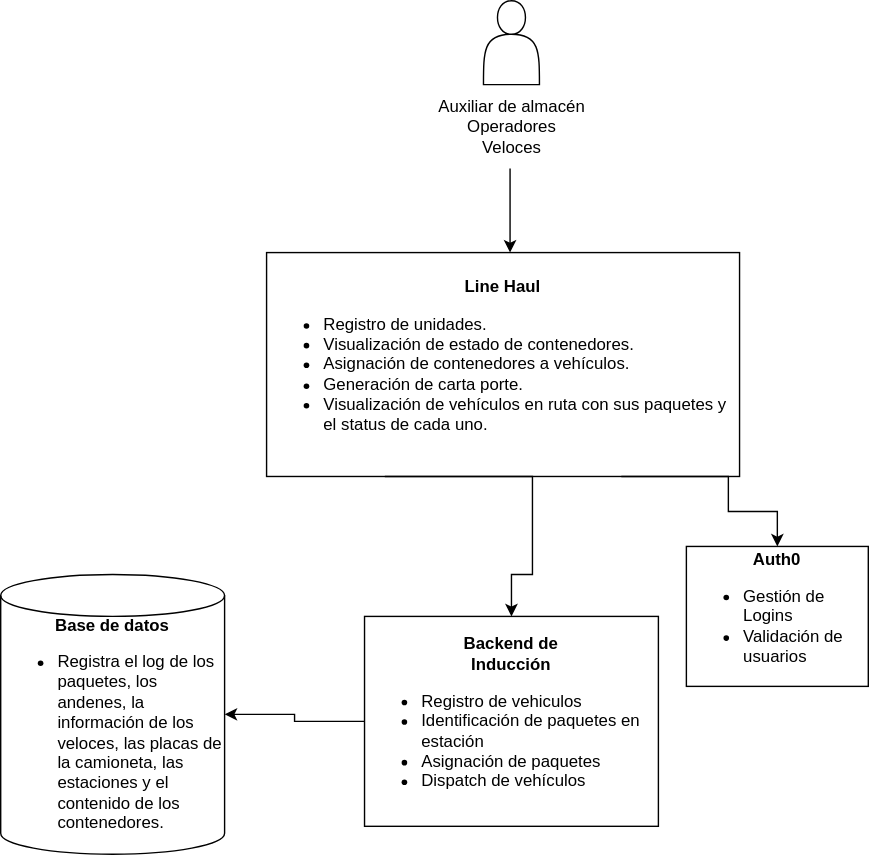
This is Diagrama C2 Line Haul.svg from dani99m/Diagramas, a draw.io export, as it was before one commit. Source tidied: cells renumbered, new cells last; positions are measured from the earlier drawing's top-left corner, leaving out a move shared by most shapes.
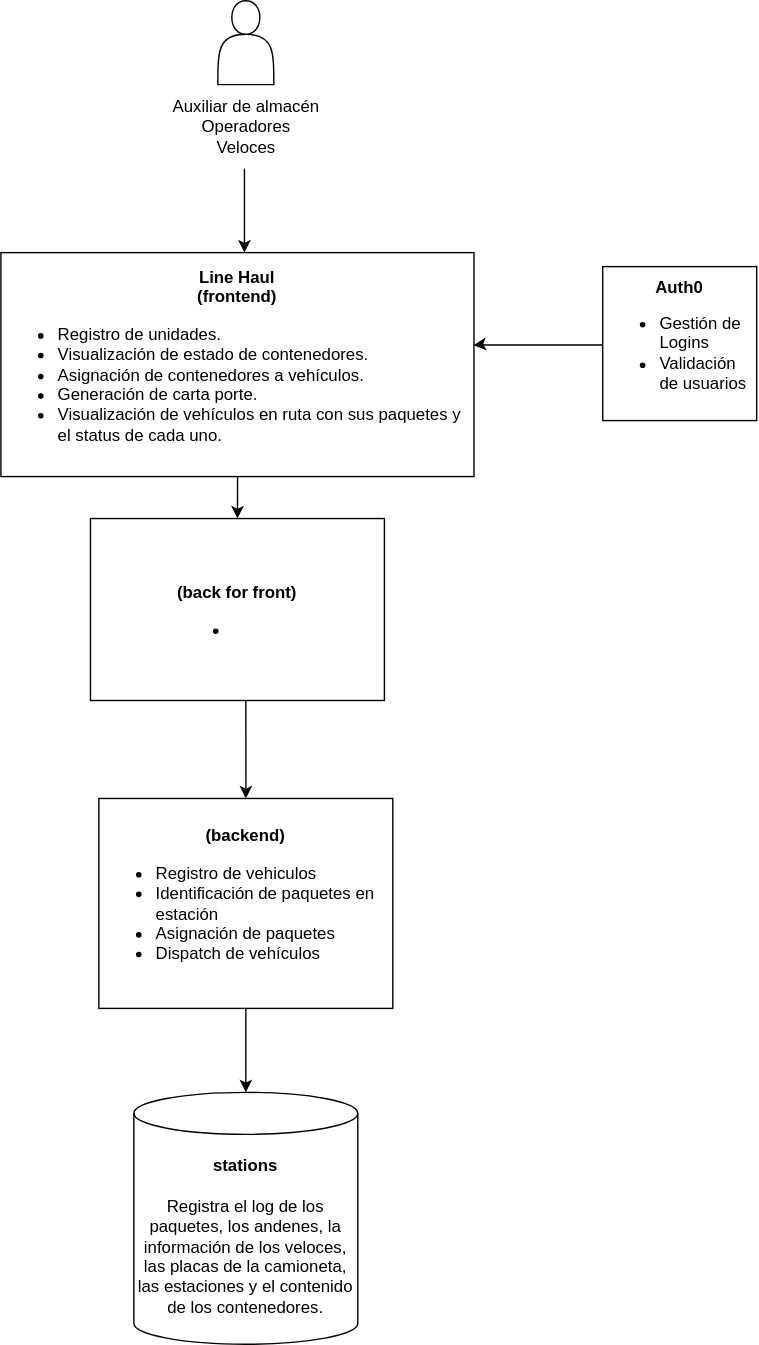
The same file after the commit.

The edit, as a diff of the source:
```diff
@@ -17,45 +17,53 @@
         </Array>
       </mxGeometry>
     </mxCell>
+    <mxCell id="13" style="edgeStyle=orthogonalEdgeStyle;rounded=0;jettySize=auto;html=1;entryX=0.5;entryY=0;entryDx=0;entryDy=0;" parent="1" edge="1" source="5" target="14">
+      <mxGeometry relative="1" as="geometry" />
+    </mxCell>
-    <mxCell id="5" value="&lt;b style=&quot;background-color: initial;&quot;&gt;Line Haul&lt;br&gt;&lt;/b&gt;&lt;ul&gt;&lt;li style=&quot;text-align: left;&quot;&gt;Registro de unidades.&lt;/li&gt;&lt;li style=&quot;text-align: left;&quot;&gt;Visualización de estado de contenedores.&lt;/li&gt;&lt;li style=&quot;text-align: left;&quot;&gt;Asignación de contenedores a vehículos.&lt;/li&gt;&lt;li style=&quot;text-align: left;&quot;&gt;Generación de carta porte.&lt;/li&gt;&lt;li style=&quot;text-align: left;&quot;&gt;Visualización de vehículos en ruta con sus paquetes y el status de cada uno.&lt;/li&gt;&lt;/ul&gt;" style="rounded=0;whiteSpace=wrap;html=1;" parent="1" vertex="1">
+    <mxCell id="5" value="&lt;b style=&quot;background-color: initial;&quot;&gt;Line Haul&lt;br&gt;(frontend)&lt;br&gt;&lt;/b&gt;&lt;ul&gt;&lt;li style=&quot;text-align: left;&quot;&gt;Registro de unidades.&lt;/li&gt;&lt;li style=&quot;text-align: left;&quot;&gt;Visualización de estado de contenedores.&lt;/li&gt;&lt;li style=&quot;text-align: left;&quot;&gt;Asignación de contenedores a vehículos.&lt;/li&gt;&lt;li style=&quot;text-align: left;&quot;&gt;Generación de carta porte.&lt;/li&gt;&lt;li style=&quot;text-align: left;&quot;&gt;Visualización de vehículos en ruta con sus paquetes y el status de cada uno.&lt;/li&gt;&lt;/ul&gt;" style="rounded=0;whiteSpace=wrap;html=1;" parent="1" vertex="1">
       <mxGeometry x="190" y="180" width="338" height="160" as="geometry" />
     </mxCell>
-    <mxCell id="6" style="edgeStyle=orthogonalEdgeStyle;rounded=0;jettySize=auto;html=1;" parent="1" edge="1" source="x">
+    <mxCell id="6" style="edgeStyle=orthogonalEdgeStyle;rounded=0;orthogonalLoop=1;jettySize=auto;html=1;" parent="1" edge="1">
       <mxGeometry relative="1" as="geometry">
         <mxPoint x="465" y="350" as="targetPoint" />
       </mxGeometry>
     </mxCell>
-    <mxCell id="7" style="edgeStyle=orthogonalEdgeStyle;rounded=0;jettySize=auto;html=1;exitX=0.25;exitY=1;exitDx=0;exitDy=0;entryX=0.5;entryY=0;entryDx=0;entryDy=0;" parent="1" edge="1" target="12">
+    <mxCell id="7" style="edgeStyle=orthogonalEdgeStyle;rounded=0;jettySize=auto;html=1;entryX=0.5;entryY=0;entryDx=0;entryDy=0;" parent="1" edge="1" target="12">
       <mxGeometry relative="1" as="geometry">
-        <mxPoint x="274.5" y="340" as="sourcePoint" />
+        <mxPoint x="365" y="500" as="sourcePoint" />
         <Array as="points">
-          <mxPoint x="380" y="340" />
-          <mxPoint x="380" y="410" />
-          <mxPoint x="365" y="410" />
+          <mxPoint x="365" y="560" />
+          <mxPoint x="365" y="560" />
         </Array>
       </mxGeometry>
     </mxCell>
-    <mxCell id="8" style="edgeStyle=orthogonalEdgeStyle;rounded=0;jettySize=auto;html=1;exitX=0.75;exitY=1;exitDx=0;exitDy=0;entryX=0.5;entryY=0;entryDx=0;entryDy=0;" parent="1" edge="1" target="9">
+    <mxCell id="8" style="edgeStyle=orthogonalEdgeStyle;rounded=0;jettySize=auto;html=1;entryX=0.999;entryY=0.414;entryDx=0;entryDy=0;entryPerimeter=0;" parent="1" edge="1" source="9" target="5">
       <mxGeometry relative="1" as="geometry">
-        <mxPoint x="443.5" y="340" as="sourcePoint" />
         <Array as="points">
-          <mxPoint x="520" y="340" />
-          <mxPoint x="520" y="365" />
-          <mxPoint x="555" y="365" />
+          <mxPoint x="530" y="246" />
+          <mxPoint x="530" y="246" />
         </Array>
       </mxGeometry>
     </mxCell>
     <mxCell id="9" value="&lt;b&gt;Auth0&lt;/b&gt;&lt;br&gt;&lt;div style=&quot;text-align: left;&quot;&gt;&lt;ul&gt;&lt;li&gt;&lt;span style=&quot;background-color: initial;&quot;&gt;Gestión de Logins&lt;/span&gt;&lt;/li&gt;&lt;li&gt;&lt;span style=&quot;background-color: initial;&quot;&gt;Validación de usuarios&lt;/span&gt;&lt;/li&gt;&lt;/ul&gt;&lt;/div&gt;" style="rounded=0;whiteSpace=wrap;html=1;" parent="1" vertex="1">
-      <mxGeometry x="490" y="390" width="130" height="100" as="geometry" />
+      <mxGeometry x="620" y="190" width="110" height="110" as="geometry" />
     </mxCell>
-    <mxCell id="10" value="&lt;b&gt;Base de datos&lt;/b&gt;&lt;br&gt;&lt;div style=&quot;text-align: left;&quot;&gt;&lt;ul&gt;&lt;li&gt;&lt;span style=&quot;background-color: initial;&quot;&gt;Registra el log de los paquetes, los andenes, la información de los veloces, las placas de la camioneta, las estaciones y el contenido de los contenedores.&lt;/span&gt;&lt;/li&gt;&lt;/ul&gt;&lt;/div&gt;" style="shape=cylinder3;whiteSpace=wrap;html=1;boundedLbl=1;backgroundOutline=1;size=15;" parent="1" vertex="1">
-      <mxGeometry y="410" width="160" height="200" as="geometry" />
+    <mxCell id="10" value="&lt;span style=&quot;background-color: initial; text-align: left;&quot;&gt;&lt;b&gt;stations&lt;br&gt;&lt;/b&gt;&lt;br&gt;Registra el log de los paquetes, los andenes, la información de los veloces, las placas de la camioneta, las estaciones y el contenido de los contenedores.&lt;/span&gt;" style="shape=cylinder3;whiteSpace=wrap;html=1;boundedLbl=1;backgroundOutline=1;size=15;" parent="1" vertex="1">
+      <mxGeometry x="285" y="780" width="160" height="180" as="geometry" />
     </mxCell>
-    <mxCell id="11" style="edgeStyle=orthogonalEdgeStyle;rounded=0;jettySize=auto;html=1;exitX=0;exitY=0.5;exitDx=0;exitDy=0;entryX=1;entryY=0.5;entryDx=0;entryDy=0;entryPerimeter=0;" parent="1" edge="1" source="12" target="10">
-      <mxGeometry relative="1" as="geometry" />
+    <mxCell id="11" style="edgeStyle=orthogonalEdgeStyle;rounded=0;jettySize=auto;html=1;entryX=0.5;entryY=0;entryDx=0;entryDy=0;entryPerimeter=0;" parent="1" edge="1" source="12" target="10">
+      <mxGeometry relative="1" as="geometry">
+        <Array as="points">
+          <mxPoint x="365" y="710" />
+          <mxPoint x="365" y="710" />
+        </Array>
+      </mxGeometry>
     </mxCell>
-    <mxCell id="12" value="&lt;b&gt;Backend de &lt;br&gt;Inducción&lt;/b&gt;&lt;br&gt;&lt;div style=&quot;text-align: left;&quot;&gt;&lt;ul&gt;&lt;li&gt;Registro de vehiculos&lt;/li&gt;&lt;li&gt;Identificación de paquetes en estación&lt;/li&gt;&lt;li&gt;Asignación de paquetes&lt;/li&gt;&lt;li&gt;Dispatch de vehículos&lt;/li&gt;&lt;/ul&gt;&lt;/div&gt;" style="rounded=0;whiteSpace=wrap;html=1;" parent="1" vertex="1">
-      <mxGeometry x="260" y="440" width="210" height="150" as="geometry" />
+    <mxCell id="12" value="&lt;b&gt;(backend)&lt;/b&gt;&lt;br&gt;&lt;div style=&quot;text-align: left;&quot;&gt;&lt;ul&gt;&lt;li&gt;Registro de vehiculos&lt;/li&gt;&lt;li&gt;Identificación de paquetes en estación&lt;/li&gt;&lt;li&gt;Asignación de paquetes&lt;/li&gt;&lt;li&gt;Dispatch de vehículos&lt;/li&gt;&lt;/ul&gt;&lt;/div&gt;" style="rounded=0;whiteSpace=wrap;html=1;" parent="1" vertex="1">
+      <mxGeometry x="260" y="570" width="210" height="150" as="geometry" />
     </mxCell>
+    <mxCell id="14" value="&lt;b&gt;&lt;br&gt;(back for front)&lt;/b&gt;&lt;br&gt;&lt;div style=&quot;text-align: left;&quot;&gt;&lt;ul&gt;&lt;li&gt;&lt;br&gt;&lt;/li&gt;&lt;/ul&gt;&lt;/div&gt;" style="rounded=0;whiteSpace=wrap;html=1;" parent="1" vertex="1">
+      <mxGeometry x="254" y="370" width="210" height="130" as="geometry" />
+    </mxCell>
   </root>
 </mxGraphModel>
```
